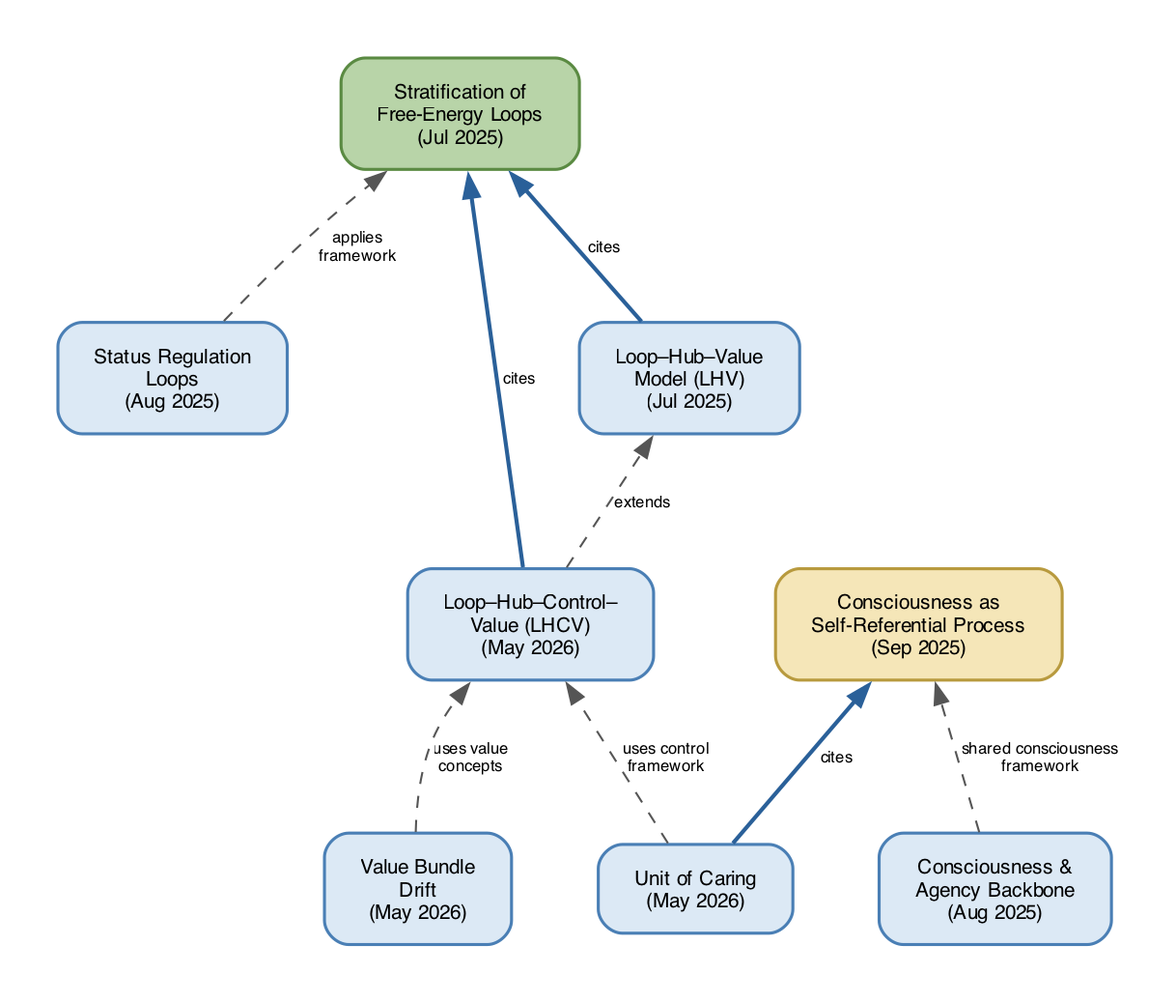
Above: papers/paper-references.png in GunnarZarncke/brain-to-values (Graphviz), before the change. Its source is kept beside it as papers/paper-references.dot.
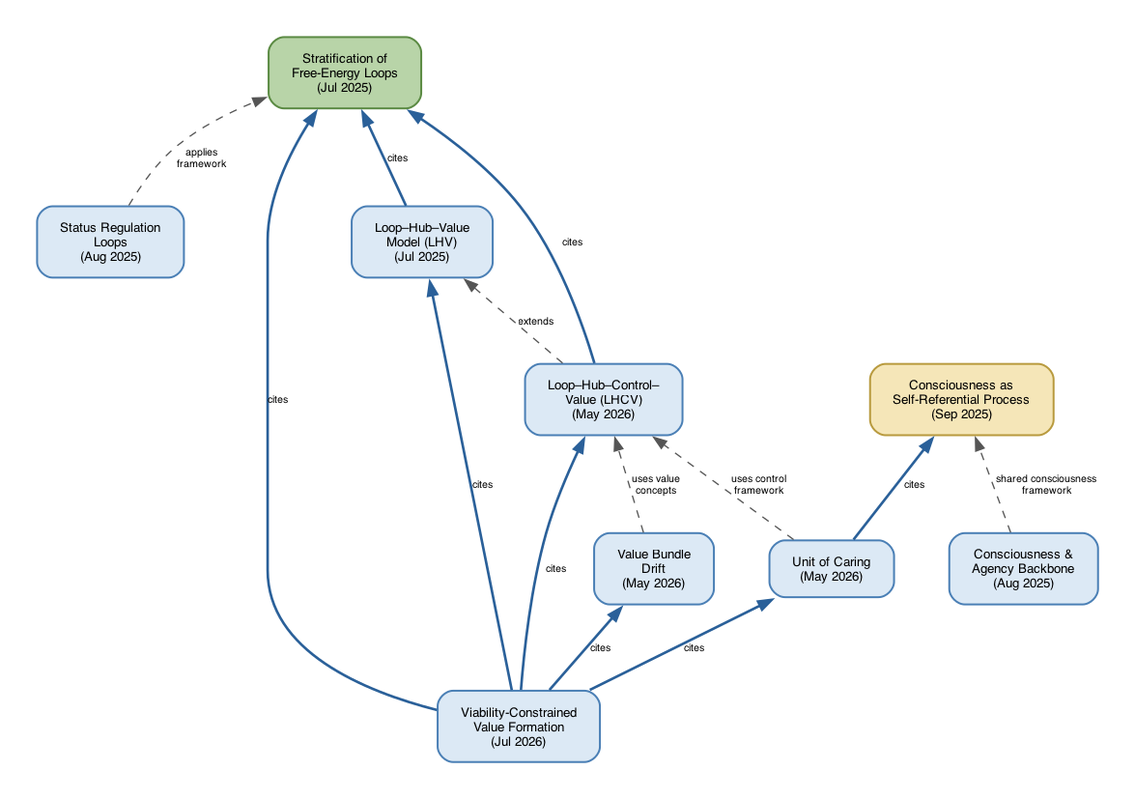
The same diagram one commit later.

Commit message:
Add embedded-value-formation paper and wire it into the program graph.

Change to the diagram source:
```diff
@@ -23,10 +23,16 @@
     LHCV [label="Loop–Hub–Control–\nValue (LHCV)\n(May 2026)"];
     VBD  [label="Value Bundle\nDrift\n(May 2026)"];
     UoC  [label="Unit of Caring\n(May 2026)"];
+    EVC  [label="Viability-Constrained\nValue Formation\n(Jul 2026)"];
 
     LHV  -> FEL  [label="cites", penwidth=2, color="#2a6099"];
     LHCV -> FEL  [label="cites", penwidth=2, color="#2a6099"];
     UoC  -> CSR  [label="cites", penwidth=2, color="#2a6099"];
+    EVC  -> FEL  [label="cites", penwidth=2, color="#2a6099"];
+    EVC  -> LHV  [label="cites", penwidth=2, color="#2a6099"];
+    EVC  -> LHCV [label="cites", penwidth=2, color="#2a6099"];
+    EVC  -> VBD  [label="cites", penwidth=2, color="#2a6099"];
+    EVC  -> UoC  [label="cites", penwidth=2, color="#2a6099"];
 
     LHCV -> LHV  [style=dashed, label="extends"];
     SRL  -> FEL  [style=dashed, label="applies\nframework"];
```
